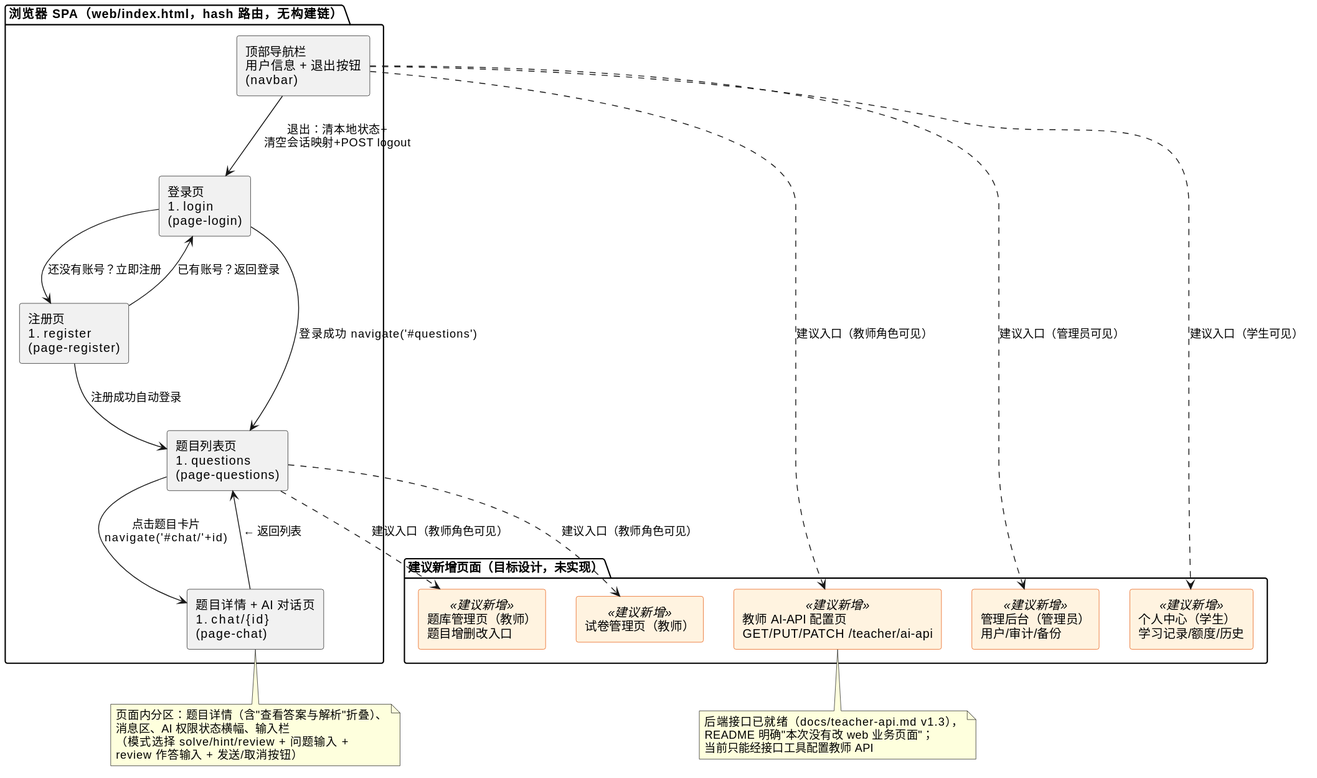
Araaaagorn/ai-question-bank keeps this PlantUML diagram as OOA_OOD/diagrams/ood/ood1_navigation.svg. Above is the earlier version. The source it was exported from:
```plantuml
@startuml
skinparam shadowing false
skinparam componentStyle rectangle
skinparam component {
  BackgroundColor<<建议新增>> #FFF3E0
  BorderColor<<建议新增>> #E65100
}

package "浏览器 SPA（web/index.html，hash 路由，无构建链）" {
  component "顶部导航栏\n用户信息 + 退出按钮\n(navbar)" as Nav
  component "登录页\n#login\n(page-login)" as L
  component "注册页\n#register\n(page-register)" as R
  component "题目列表页\n#questions\n(page-questions)" as Q
  component "题目详情 + AI 对话页\n#chat/{id}\n(page-chat)" as C
}

package "建议新增页面（目标设计，未实现）" {
  component "题库管理页（教师）\n题目增删改入口" as X1 <<建议新增>>
  component "教师 AI-API 配置页\nGET/PUT/PATCH /teacher/ai-api" as X2 <<建议新增>>
  component "试卷管理页（教师）" as X3 <<建议新增>>
  component "管理后台（管理员）\n用户/审计/备份" as X4 <<建议新增>>
  component "个人中心（学生）\n学习记录/额度/历史" as X5 <<建议新增>>
}

L --> R : "还没有账号？立即注册"
R --> L : "已有账号？返回登录"
L --> Q : 登录成功 navigate('#questions')
R --> Q : 注册成功自动登录
Q --> C : 点击题目卡片\nnavigate('#chat/'+id)
C --> Q : "← 返回列表"
Nav --> L : 退出：清本地状态+\n清空会话映射+POST logout
Q ..> X1 : 建议入口（教师角色可见）
Nav ..> X2 : 建议入口（教师角色可见）
Q ..> X3 : 建议入口（教师角色可见）
Nav ..> X4 : 建议入口（管理员可见）
Nav ..> X5 : 建议入口（学生可见）

note bottom of C
  页面内分区：题目详情（含"查看答案与解析"折叠）、
  消息区、AI 权限状态横幅、输入栏
  （模式选择 solve/hint/review + 问题输入 +
  review 作答输入 + 发送/取消按钮）
end note

note bottom of X2
  后端接口已就绪（docs/teacher-api.md v1.3），
  README 明确"本次没有改 web 业务页面"；
  当前只能经接口工具配置教师 API
end note
@enduml
```
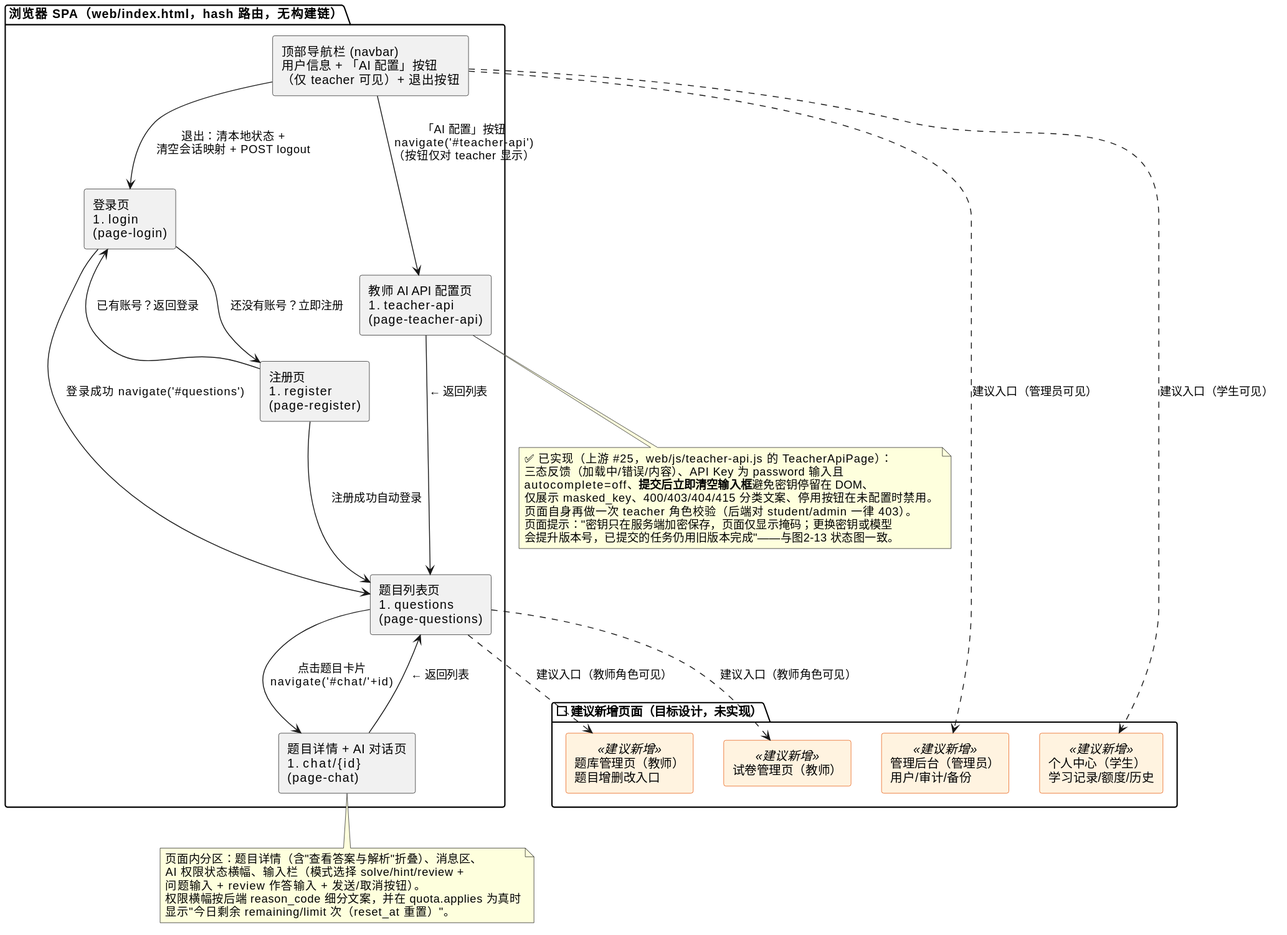
After the commit.

Change to the diagram source:
```diff
@@ -7,16 +7,16 @@
 }
 
 package "浏览器 SPA（web/index.html，hash 路由，无构建链）" {
-  component "顶部导航栏\n用户信息 + 退出按钮\n(navbar)" as Nav
+  component "顶部导航栏 (navbar)\n用户信息 + 「AI 配置」按钮\n（仅 teacher 可见）+ 退出按钮" as Nav
   component "登录页\n#login\n(page-login)" as L
   component "注册页\n#register\n(page-register)" as R
   component "题目列表页\n#questions\n(page-questions)" as Q
   component "题目详情 + AI 对话页\n#chat/{id}\n(page-chat)" as C
+  component "教师 AI API 配置页\n#teacher-api\n(page-teacher-api)" as TA
 }
 
-package "建议新增页面（目标设计，未实现）" {
+package "⬜ 建议新增页面（目标设计，未实现）" {
   component "题库管理页（教师）\n题目增删改入口" as X1 <<建议新增>>
-  component "教师 AI-API 配置页\nGET/PUT/PATCH /teacher/ai-api" as X2 <<建议新增>>
   component "试卷管理页（教师）" as X3 <<建议新增>>
   component "管理后台（管理员）\n用户/审计/备份" as X4 <<建议新增>>
   component "个人中心（学生）\n学习记录/额度/历史" as X5 <<建议新增>>
@@ -28,23 +28,29 @@
 R --> Q : 注册成功自动登录
 Q --> C : 点击题目卡片\nnavigate('#chat/'+id)
 C --> Q : "← 返回列表"
-Nav --> L : 退出：清本地状态+\n清空会话映射+POST logout
+Nav --> TA : 「AI 配置」按钮\nnavigate('#teacher-api')\n（按钮仅对 teacher 显示）
+TA --> Q : "← 返回列表"
+Nav --> L : 退出：清本地状态 +\n清空会话映射 + POST logout
 Q ..> X1 : 建议入口（教师角色可见）
-Nav ..> X2 : 建议入口（教师角色可见）
 Q ..> X3 : 建议入口（教师角色可见）
 Nav ..> X4 : 建议入口（管理员可见）
 Nav ..> X5 : 建议入口（学生可见）
 
 note bottom of C
-  页面内分区：题目详情（含"查看答案与解析"折叠）、
-  消息区、AI 权限状态横幅、输入栏
-  （模式选择 solve/hint/review + 问题输入 +
-  review 作答输入 + 发送/取消按钮）
+  页面内分区：题目详情（含"查看答案与解析"折叠）、消息区、
+  AI 权限状态横幅、输入栏（模式选择 solve/hint/review +
+  问题输入 + review 作答输入 + 发送/取消按钮）。
+  权限横幅按后端 reason_code 细分文案，并在 quota.applies 为真时
+  显示"今日剩余 remaining/limit 次（reset_at 重置）"。
 end note
 
-note bottom of X2
-  后端接口已就绪（docs/teacher-api.md v1.3），
-  README 明确"本次没有改 web 业务页面"；
-  当前只能经接口工具配置教师 API
+note bottom of TA
+  ✅ 已实现（上游 #25，web/js/teacher-api.js 的 TeacherApiPage）：
+  三态反馈（加载中/错误/内容）、API Key 为 password 输入且
+  autocomplete=off、**提交后立即清空输入框**避免密钥停留在 DOM、
+  仅展示 masked_key、400/403/404/415 分类文案、停用按钮在未配置时禁用。
+  页面自身再做一次 teacher 角色校验（后端对 student/admin 一律 403）。
+  页面提示："密钥只在服务端加密保存，页面仅显示掩码；更换密钥或模型
+  会提升版本号，已提交的任务仍用旧版本完成"——与图2-13 状态图一致。
 end note
 @enduml
```
